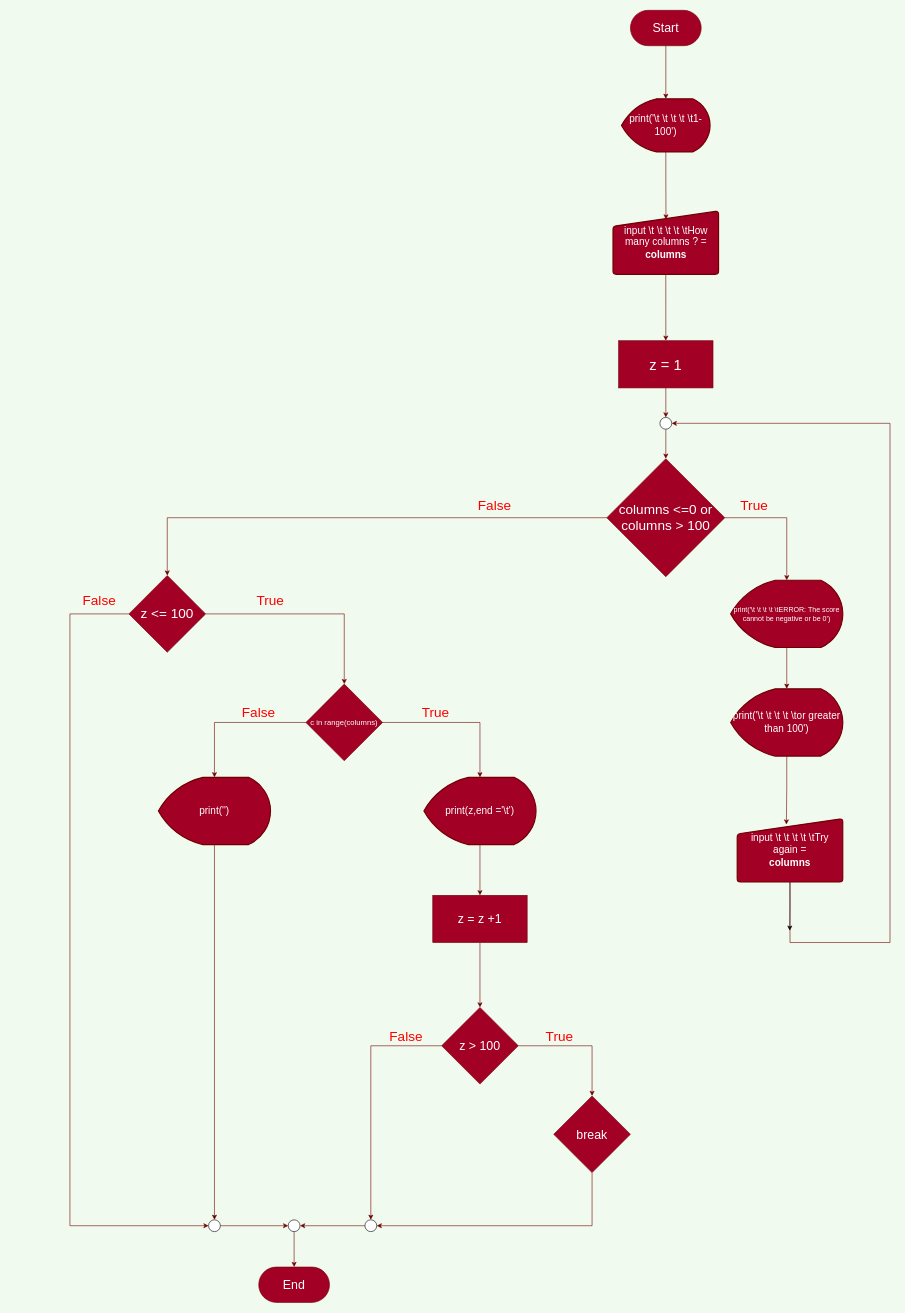
The draw.io diagram Homework/flowHomework_02.drawio in JakapatJod/INE-PYTHON-64, before the edit. Source tidied: cells renumbered, new cells numbered last; positions are measured from the earlier drawing's top-left corner, leaving out a move shared by most shapes. Both pictures are drawn from the tidied source at 59%, with x=0, y=0 at pixel (70, 10).
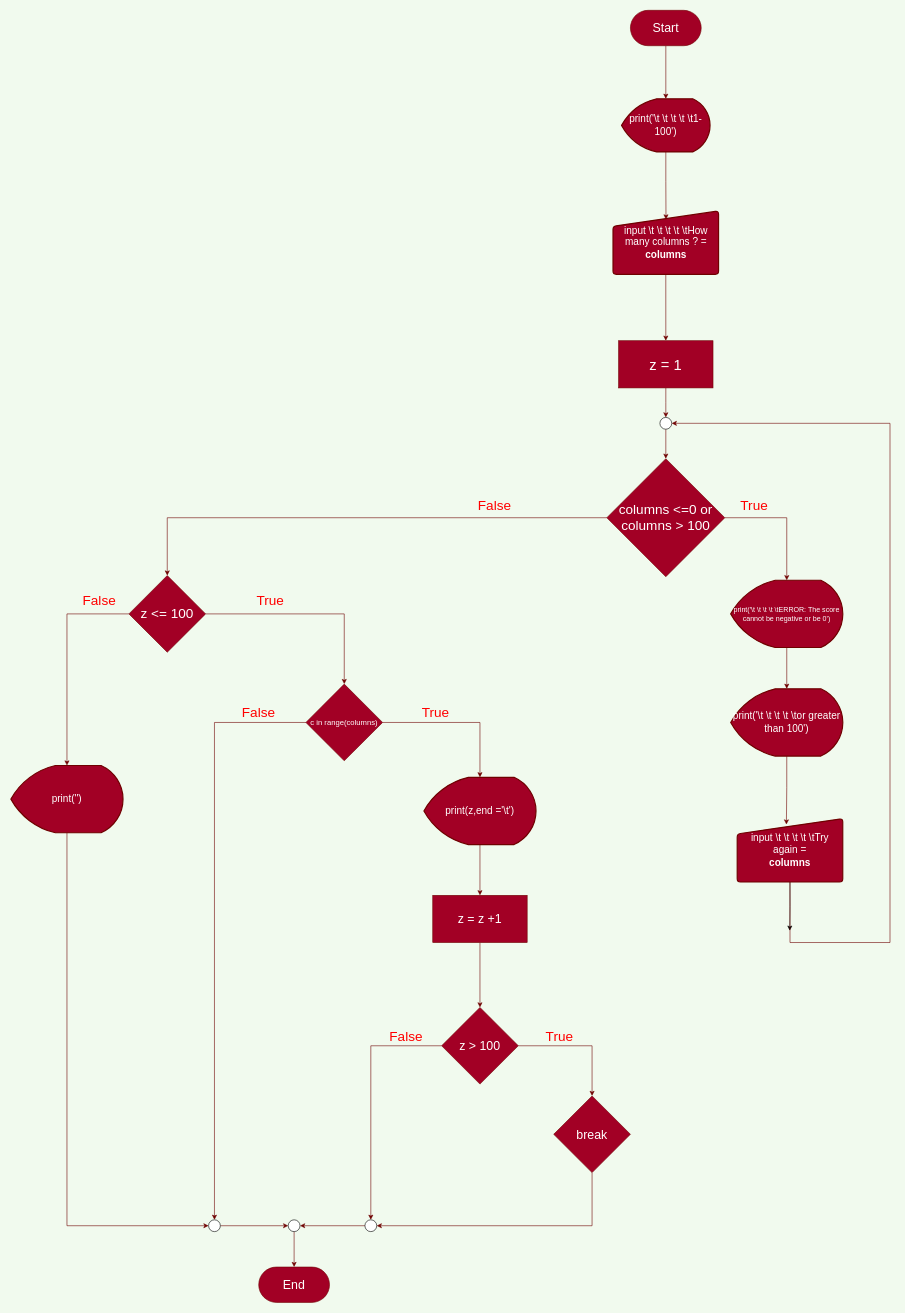
The same page after the edit.

The change refers to these unchanged cells:
```xml
<mxCell id="26" value="&lt;span style=&quot;font-size: 23px&quot;&gt;z &amp;lt;= 100&lt;/span&gt;" style="rhombus;whiteSpace=wrap;html=1;fillColor=#a20025;strokeColor=#6F0000;fontColor=#ffffff;" parent="1" vertex="1">
  <mxGeometry x="100" y="958" width="130" height="130" as="geometry" />
</mxCell>
<mxCell id="29" value="&lt;font style=&quot;font-size: 13px&quot;&gt;c in range(columns)&lt;/font&gt;" style="rhombus;whiteSpace=wrap;html=1;fillColor=#a20025;strokeColor=#6F0000;fontColor=#ffffff;" parent="1" vertex="1">
  <mxGeometry x="400" y="1142" width="130" height="130" as="geometry" />
</mxCell>
<mxCell id="48" style="verticalLabelPosition=bottom;verticalAlign=top;html=1;shape=mxgraph.flowchart.on-page_reference;" parent="1" vertex="1">
  <mxGeometry x="235" y="2050" width="20" height="20" as="geometry" />
</mxCell>
```

The edit, as a diff of the source:
```diff
@@
-    <mxCell id="25" style="edgeStyle=orthogonalEdgeStyle;rounded=0;jettySize=auto;html=1;exitX=0;exitY=0.5;exitDx=0;exitDy=0;fillColor=#a20025;strokeColor=#6F0000;entryX=0;entryY=0.5;entryDx=0;entryDy=0;entryPerimeter=0;" parent="1" edge="1" source="26" target="48">
-      <mxGeometry relative="1" as="geometry">
-        <Array as="points">
-          <mxPoint y="1023" />
-          <mxPoint y="2060" />
-        </Array>
-      </mxGeometry>
-    </mxCell>
+    <mxCell id="54" style="edgeStyle=orthogonalEdgeStyle;rounded=0;jettySize=auto;html=1;exitX=0;exitY=0.5;exitDx=0;exitDy=0;entryX=0.5;entryY=0;entryDx=0;entryDy=0;entryPerimeter=0;fillColor=#a20025;strokeColor=#6F0000;" parent="1" edge="1" source="26" target="42">
+      <mxGeometry relative="1" as="geometry" />
+    </mxCell>
@@
-    <mxCell id="28" style="edgeStyle=orthogonalEdgeStyle;rounded=0;jettySize=auto;html=1;exitX=0;exitY=0.5;exitDx=0;exitDy=0;entryX=0.5;entryY=0;entryDx=0;entryDy=0;entryPerimeter=0;fillColor=#a20025;strokeColor=#6F0000;" parent="1" edge="1" source="29" target="42">
-      <mxGeometry relative="1" as="geometry" />
-    </mxCell>
+    <mxCell id="55" style="edgeStyle=orthogonalEdgeStyle;rounded=0;jettySize=auto;html=1;exitX=0;exitY=0.5;exitDx=0;exitDy=0;entryX=0.5;entryY=0;entryDx=0;entryDy=0;entryPerimeter=0;fillColor=#a20025;strokeColor=#6F0000;" parent="1" edge="1" source="29" target="48">
+      <mxGeometry relative="1" as="geometry" />
+    </mxCell>
@@
-    <mxCell id="41" style="edgeStyle=orthogonalEdgeStyle;rounded=0;jettySize=auto;html=1;exitX=0.5;exitY=1;exitDx=0;exitDy=0;exitPerimeter=0;fillColor=#a20025;strokeColor=#6F0000;entryX=0.5;entryY=0;entryDx=0;entryDy=0;entryPerimeter=0;" parent="1" edge="1" source="42" target="48">
-      <mxGeometry relative="1" as="geometry" />
-    </mxCell>
-    <mxCell id="42" value="&lt;font style=&quot;font-size: 17px&quot;&gt;print('')&lt;/font&gt;" style="strokeWidth=2;html=1;shape=mxgraph.flowchart.display;whiteSpace=wrap;fillColor=#a20025;strokeColor=#6F0000;fontColor=#ffffff;" parent="1" vertex="1">
-      <mxGeometry x="150" y="1300" width="190" height="114" as="geometry" />
-    </mxCell>
@@
+    <mxCell id="41" style="edgeStyle=orthogonalEdgeStyle;rounded=0;jettySize=auto;html=1;exitX=0.5;exitY=1;exitDx=0;exitDy=0;exitPerimeter=0;fillColor=#a20025;strokeColor=#6F0000;entryX=0;entryY=0.5;entryDx=0;entryDy=0;entryPerimeter=0;" parent="1" edge="1" source="42" target="48">
+      <mxGeometry relative="1" as="geometry" />
+    </mxCell>
+    <mxCell id="42" value="&lt;font style=&quot;font-size: 17px&quot;&gt;print('')&lt;/font&gt;" style="strokeWidth=2;html=1;shape=mxgraph.flowchart.display;whiteSpace=wrap;fillColor=#a20025;strokeColor=#6F0000;fontColor=#ffffff;" parent="1" vertex="1">
+      <mxGeometry x="-100" y="1280" width="190" height="114" as="geometry" />
+    </mxCell>
```
